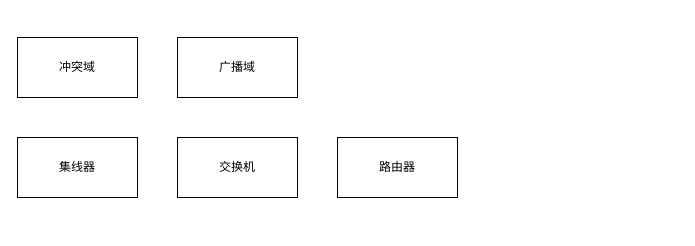
Earlier version of the draw.io diagram 计算机网络.drawio (spinnoza/diagrams). Source tidied: cells renumbered, new cells numbered last; positions are measured from the earlier drawing's top-left corner, leaving out a move shared by most shapes. Both pictures are drawn from the tidied source at 100%, with x=0, y=0 at pixel (17, 37).
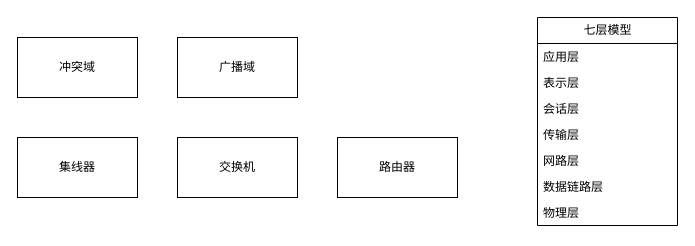
The same diagram, later.

Commit message (it also covers changes not shown here):
更新计算机网络.drawio

Diff of the diagram source:
```diff
@@
+    <mxCell id="17" value="七层模型" style="swimlane;fontStyle=0;horizontal=1;startSize=26;fillColor=none;html=1;" parent="1" vertex="1">
+      <mxGeometry x="520" y="-20" width="140" height="208" as="geometry" />
+    </mxCell>
+    <mxCell id="18" value="应用层" style="text;strokeColor=none;fillColor=none;align=left;verticalAlign=top;spacingLeft=4;spacingRight=4;overflow=hidden;whiteSpace=wrap;html=1;" parent="17" vertex="1">
+      <mxGeometry y="26" width="140" height="26" as="geometry" />
+    </mxCell>
+    <mxCell id="19" value="表示层" style="text;strokeColor=none;fillColor=none;align=left;verticalAlign=top;spacingLeft=4;spacingRight=4;overflow=hidden;whiteSpace=wrap;html=1;" parent="17" vertex="1">
+      <mxGeometry y="52" width="140" height="26" as="geometry" />
+    </mxCell>
+    <mxCell id="20" value="会话层" style="text;strokeColor=none;fillColor=none;align=left;verticalAlign=top;spacingLeft=4;spacingRight=4;overflow=hidden;whiteSpace=wrap;html=1;" parent="17" vertex="1">
+      <mxGeometry y="78" width="140" height="26" as="geometry" />
+    </mxCell>
+    <mxCell id="21" value="传输层" style="text;strokeColor=none;fillColor=none;align=left;verticalAlign=top;spacingLeft=4;spacingRight=4;overflow=hidden;whiteSpace=wrap;html=1;" parent="17" vertex="1">
+      <mxGeometry y="104" width="140" height="26" as="geometry" />
+    </mxCell>
+    <mxCell id="22" value="网路层" style="text;strokeColor=none;fillColor=none;align=left;verticalAlign=top;spacingLeft=4;spacingRight=4;overflow=hidden;whiteSpace=wrap;html=1;" parent="17" vertex="1">
+      <mxGeometry y="130" width="140" height="26" as="geometry" />
+    </mxCell>
+    <mxCell id="23" value="数据链路层" style="text;strokeColor=none;fillColor=none;align=left;verticalAlign=top;spacingLeft=4;spacingRight=4;overflow=hidden;whiteSpace=wrap;html=1;" parent="17" vertex="1">
+      <mxGeometry y="156" width="140" height="26" as="geometry" />
+    </mxCell>
+    <mxCell id="24" value="物理层" style="text;strokeColor=none;fillColor=none;align=left;verticalAlign=top;spacingLeft=4;spacingRight=4;overflow=hidden;whiteSpace=wrap;html=1;" parent="17" vertex="1">
+      <mxGeometry y="182" width="140" height="26" as="geometry" />
+    </mxCell>
```
